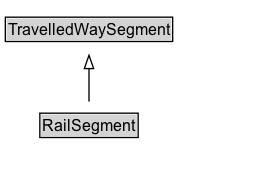
This is docs/diagrams/RailSegment.dot.png from ISO-TC204/ontology-cdm-p2-v1, a Graphviz export, as it was before one commit. Its source is kept beside it as docs/diagrams/RailSegment.dot. Source of this version:
```dot
digraph {
	graph [overlap=false rankdir=TB splines=true]
	node [fontname=Arial fontsize=12 margin=0 shape=none]
	edge [fontname=Arial fontsize=11]
	{
		rank=max
		RailSegment [label=<<TABLE BORDER="1" CELLBORDER="0" CELLSPACING="0" CELLPADDING="1"><TR><TD BGCOLOR="lightgray" ALIGN="CENTER" PORT="e">RailSegment</TD></TR></TABLE>> URL="../RailSegment.md" margin=0]
	}
	subgraph cluster_associated {
		label="" style=invis
		Invis [label=<<TABLE BORDER="0" CELLBORDER="0" CELLSPACING="0" CELLPADDING="1"><TR><TD></TD></TR></TABLE>> margin=0 style=invis]
	}
	TravelledWaySegment [label=<<TABLE BORDER="1" CELLBORDER="0" CELLSPACING="0" CELLPADDING="1"><TR><TD BGCOLOR="lightgray" ALIGN="CENTER">TravelledWaySegment</TD></TR></TABLE>> URL="../TravelledWaySegment.md" margin=0]
	RailSegment -> TravelledWaySegment [arrowhead=onormal style=solid]
}
```
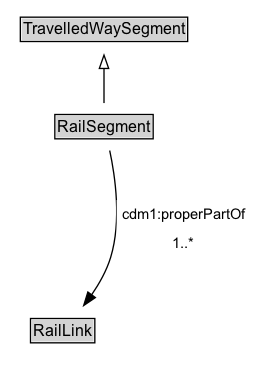
After the commit.

Change to the diagram source:
```diff
@@ -3,13 +3,21 @@
 	node [fontname=Arial fontsize=12 margin=0 shape=none]
 	edge [fontname=Arial fontsize=11]
 	{
+		rank=source
+		TravelledWaySegment [label=<<TABLE BORDER="1" CELLBORDER="0" CELLSPACING="0" CELLPADDING="1"><TR><TD BGCOLOR="lightgray" ALIGN="CENTER">TravelledWaySegment</TD></TR></TABLE>> URL="../TravelledWaySegment" margin=0]
+	}
+	RailSegment [label=<<TABLE BORDER="1" CELLBORDER="0" CELLSPACING="0" CELLPADDING="1"><TR><TD BGCOLOR="lightgray" ALIGN="CENTER">RailSegment</TD></TR></TABLE>> URL="../RailSegment" margin=0]
+	{
 		rank=max
-		RailSegment [label=<<TABLE BORDER="1" CELLBORDER="0" CELLSPACING="0" CELLPADDING="1"><TR><TD BGCOLOR="lightgray" ALIGN="CENTER" PORT="e">RailSegment</TD></TR></TABLE>> URL="../RailSegment.md" margin=0]
 	}
 	subgraph cluster_associated {
 		label="" style=invis
 		Invis [label=<<TABLE BORDER="0" CELLBORDER="0" CELLSPACING="0" CELLPADDING="1"><TR><TD></TD></TR></TABLE>> margin=0 style=invis]
+		RailLink [label=<<TABLE BORDER="1" CELLBORDER="0" CELLSPACING="0" CELLPADDING="1"><TR><TD BGCOLOR="lightgray" ALIGN="CENTER">RailLink</TD></TR></TABLE>> URL="../RailLink" margin=0]
 	}
-	TravelledWaySegment [label=<<TABLE BORDER="1" CELLBORDER="0" CELLSPACING="0" CELLPADDING="1"><TR><TD BGCOLOR="lightgray" ALIGN="CENTER">TravelledWaySegment</TD></TR></TABLE>> URL="../TravelledWaySegment.md" margin=0]
 	RailSegment -> TravelledWaySegment [arrowhead=onormal style=solid]
+	RailSegment -> Invis [style=invis]
+	Invis -> RailLink [style=invis]
+	RailLink [label=<<TABLE BORDER="1" CELLBORDER="0" CELLSPACING="0" CELLPADDING="1"><TR><TD BGCOLOR="lightgray" ALIGN="CENTER">RailLink</TD></TR></TABLE>> URL="../RailLink" margin=0]
+	RailSegment -> RailLink [label=<<TABLE BORDER="0" CELLBORDER="0" CELLSPACING="0" CELLPADDING="4" BGCOLOR="white"><TR><TD ALIGN="CENTER">cdm1:properPartOf</TD></TR><TR><TD ALIGN="CENTER">1..*</TD></TR></TABLE>> arrowhead=normal style=solid]
 }
```
